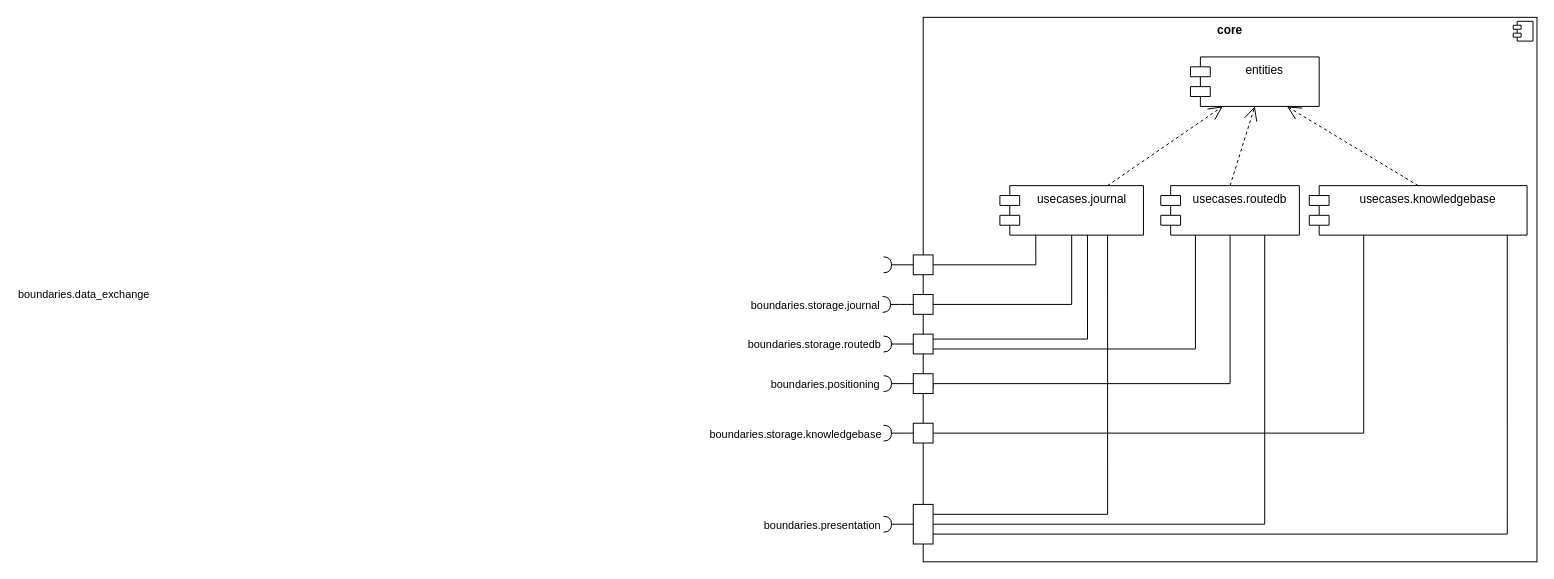
Above: doc/architecture/bbview_level2_core.drawio in aardjon/trad (draw.io), before the change. Source tidied: cells renumbered, new cells numbered last; positions are measured from the earlier drawing's top-left corner, leaving out a move shared by most shapes. Both pictures are drawn from the tidied source at 99%, with x=0, y=0 at pixel (814, 17).
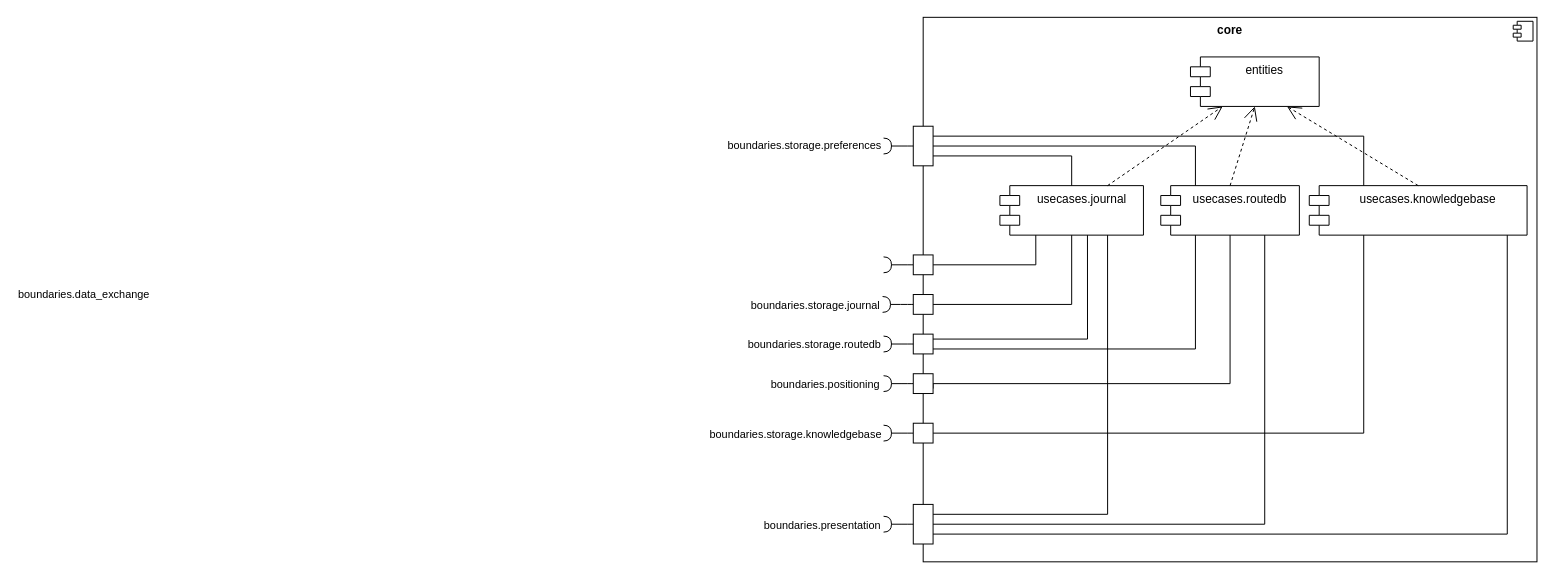
Above is the later version.

Commit message (it also covers changes not shown here):
docs: Add app preferences components to the architecture documentation

The change refers to these unchanged cells:
```xml
<mxCell id="4" value="usecases.journal" style="shape=module;align=left;spacingLeft=20;align=center;verticalAlign=top;whiteSpace=wrap;html=1;" parent="1" vertex="1">
  <mxGeometry x="187.5" y="170" width="145" height="50" as="geometry" />
</mxCell>
<mxCell id="5" value="usecases.routedb" style="shape=module;align=left;spacingLeft=20;align=center;verticalAlign=top;whiteSpace=wrap;html=1;" parent="1" vertex="1">
  <mxGeometry x="350" y="170" width="140" height="50" as="geometry" />
</mxCell>
<mxCell id="6" value="usecases.knowledgebase" style="shape=module;align=left;spacingLeft=20;align=center;verticalAlign=top;whiteSpace=wrap;html=1;" parent="1" vertex="1">
  <mxGeometry x="500" y="170" width="220" height="50" as="geometry" />
</mxCell>
```

What changed in the source:
```diff
@@
+    <mxCell id="39" style="rounded=0;whiteSpace=wrap;html=1;" parent="1" vertex="1">
+      <mxGeometry x="100" y="110" width="20" height="40" as="geometry" />
+    </mxCell>
+    <mxCell id="40" style="rounded=0;jettySize=auto;html=1;endArrow=halfCircle;endFill=0;endSize=6;strokeWidth=1;sketch=0;fontSize=12;curved=1;exitX=0;exitY=0.5;exitDx=0;exitDy=0;" parent="1" edge="1" source="39">
+      <mxGeometry relative="1" as="geometry">
+        <mxPoint x="70" y="130" as="targetPoint" />
+      </mxGeometry>
+    </mxCell>
+    <mxCell id="41" value="boundaries.storage.preferences" style="edgeLabel;html=1;align=center;verticalAlign=middle;" parent="40" vertex="1">
+      <mxGeometry x="0.13" y="-4" relative="1" as="geometry">
+        <mxPoint x="-94" y="3" as="offset" />
+      </mxGeometry>
+    </mxCell>
+    <mxCell id="42" style="endArrow=none;html=1;rounded=0;entryX=0.5;entryY=0;entryDx=0;entryDy=0;exitX=1;exitY=0.75;exitDx=0;exitDy=0;" parent="1" edge="1" source="39" target="4">
+      <mxGeometry relative="1" as="geometry">
+        <Array as="points">
+          <mxPoint x="260" y="140" />
+        </Array>
+      </mxGeometry>
+    </mxCell>
+    <mxCell id="43" style="endArrow=none;html=1;rounded=0;entryX=0.25;entryY=0;entryDx=0;entryDy=0;exitX=1;exitY=0.5;exitDx=0;exitDy=0;" parent="1" edge="1" source="39" target="5">
+      <mxGeometry relative="1" as="geometry">
+        <Array as="points">
+          <mxPoint x="385" y="130" />
+        </Array>
+      </mxGeometry>
+    </mxCell>
+    <mxCell id="44" style="endArrow=none;html=1;rounded=0;entryX=0.25;entryY=0;entryDx=0;entryDy=0;exitX=1;exitY=0.25;exitDx=0;exitDy=0;" parent="1" edge="1" source="39" target="6">
+      <mxGeometry relative="1" as="geometry">
+        <Array as="points">
+          <mxPoint x="555" y="120" />
+        </Array>
+      </mxGeometry>
+    </mxCell>
```
